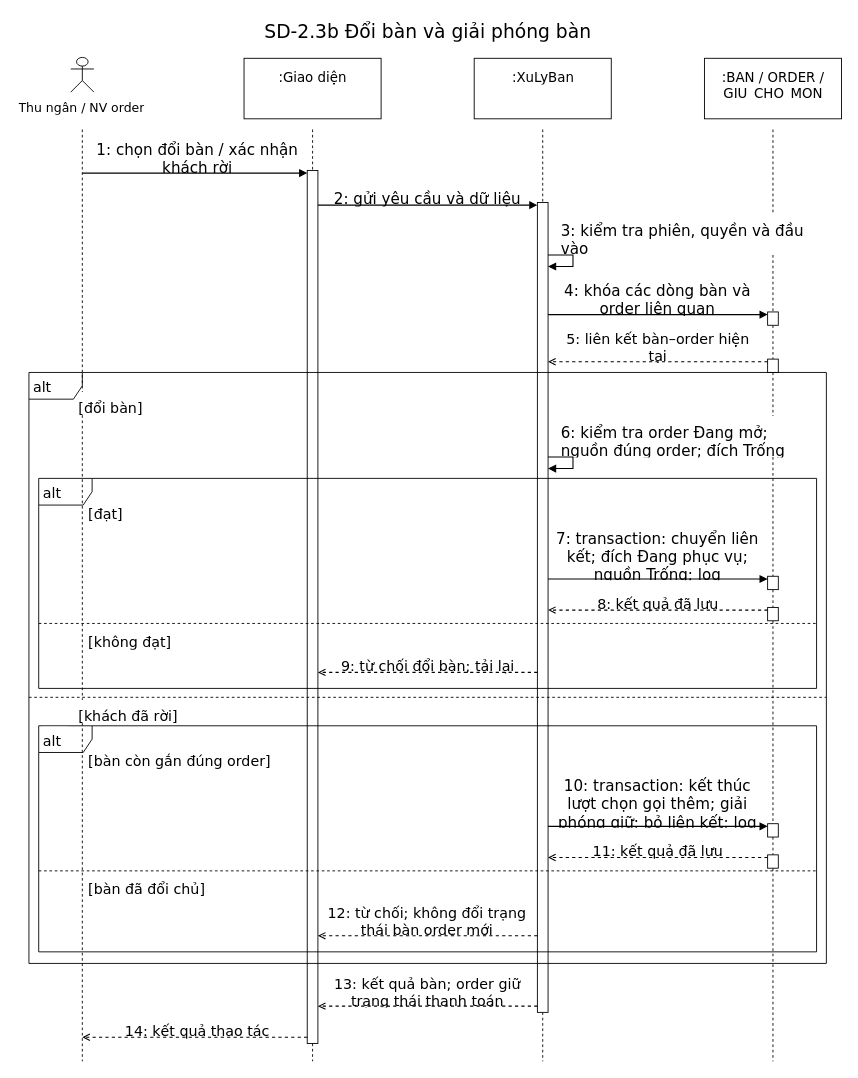
Before: page "SD-2.3b. Đổi bàn và giải phóng bàn" (13 of 35) of docs/So_do/SequenceDiagram_HeThongQuanLyNhaHang.drawio in nminhzzz/restaurant-management-ai, a draw.io diagram. Source tidied: cells renumbered, new cells numbered last; positions are measured from the earlier drawing's top-left corner, leaving out a move shared by most shapes. Both pictures are drawn from the tidied source at 89%, with x=0, y=0 at pixel (14, 15).
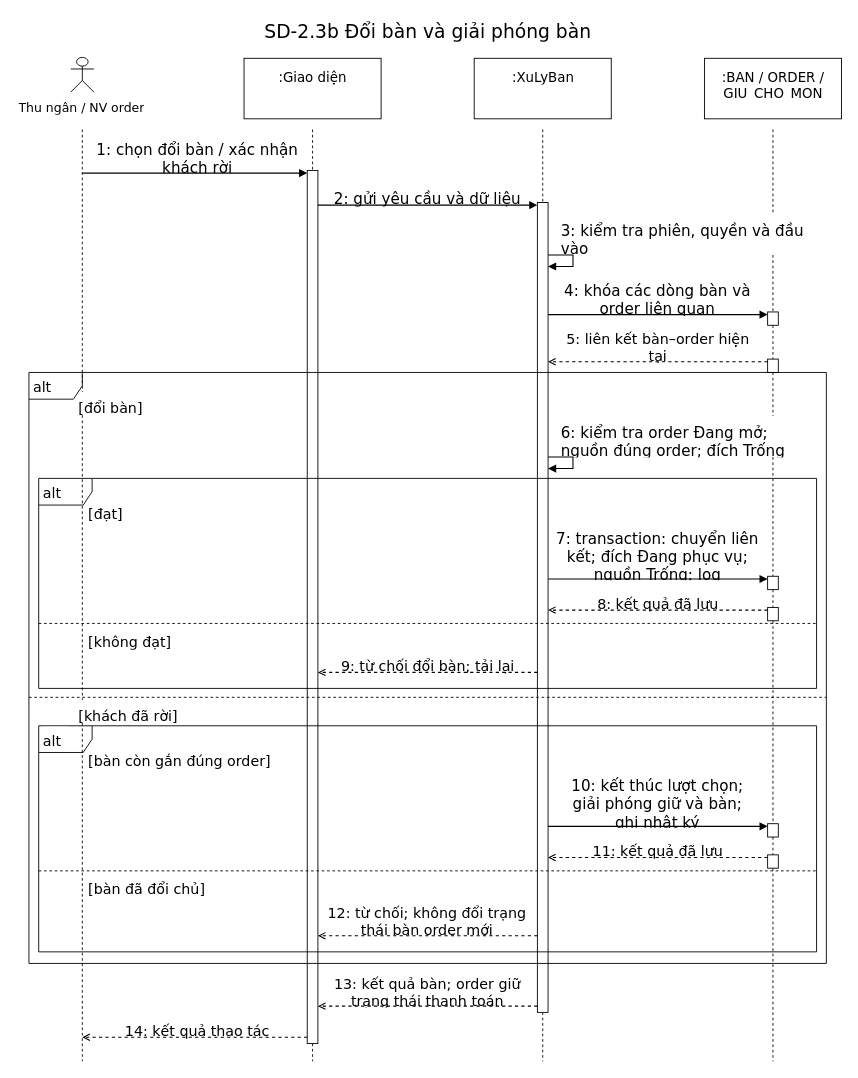
The same page after the edit.

The edit, as a diff of the source:
```diff
@@
-    <mxCell id="61" value="10: transaction: kết thúc&#10;lượt chọn gọi thêm; giải&#10;phóng giữ; bỏ liên kết; log" style="text;html=0;align=center;verticalAlign=top;whiteSpace=wrap;overflow=hidden;fontFamily=DejaVu Sans;fontSize=17;fontColor=#000000;fillColor=#FFFFFF;spacing=2;" parent="1" vertex="1">
+    <mxCell id="61" value="10: kết thúc lượt chọn;&#10;giải phóng giữ và bàn;&#10;ghi nhật ký" style="text;html=0;align=center;verticalAlign=top;whiteSpace=wrap;overflow=hidden;fontFamily=DejaVu Sans;fontSize=17;fontColor=#000000;fillColor=#FFFFFF;spacing=2;" parent="1" vertex="1">
       <mxGeometry x="606.1" y="849" width="233.1" height="61" as="geometry" />
     </mxCell>
```
